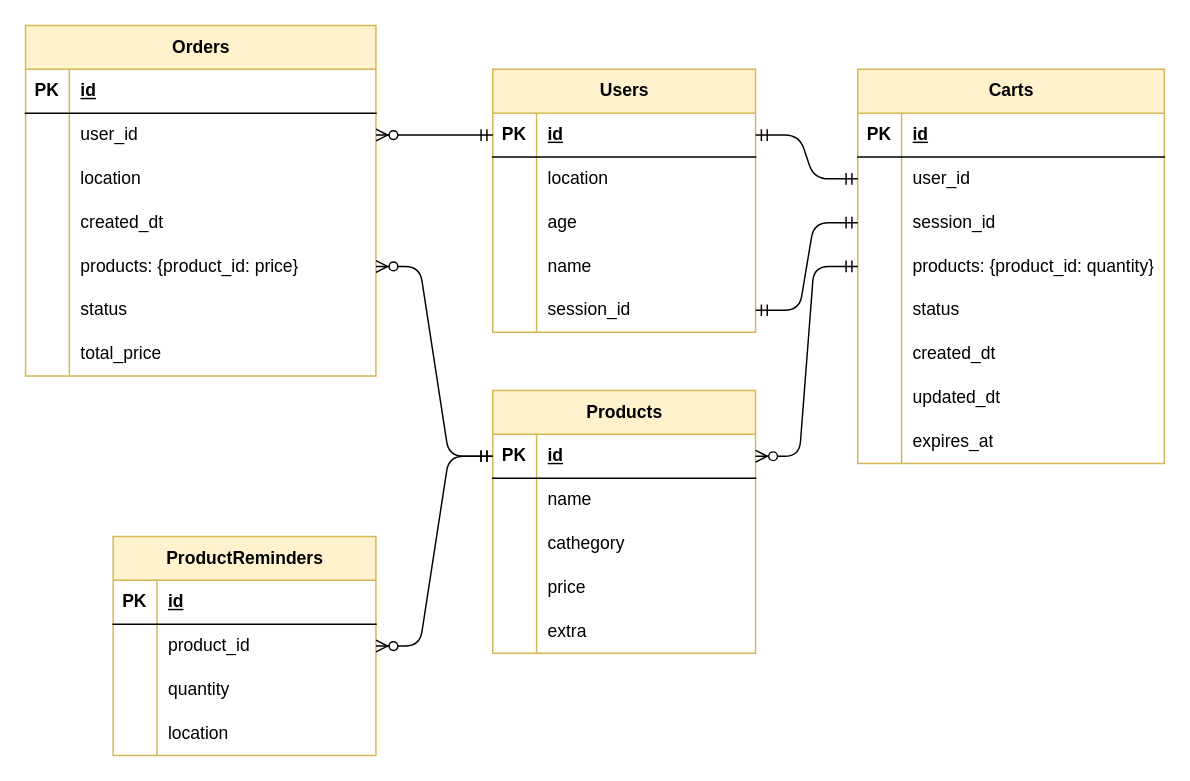
Above: task7-10-data-structure/schemes/data_structure.drawio in turistigor/yap-arch-task4-sharding-replication (draw.io), before the change. Source tidied: cells renumbered, new cells numbered last; positions are measured from the earlier drawing's top-left corner, leaving out a move shared by most shapes. Both pictures are drawn from the tidied source at 146%, with x=0, y=0 at pixel (25, 25).
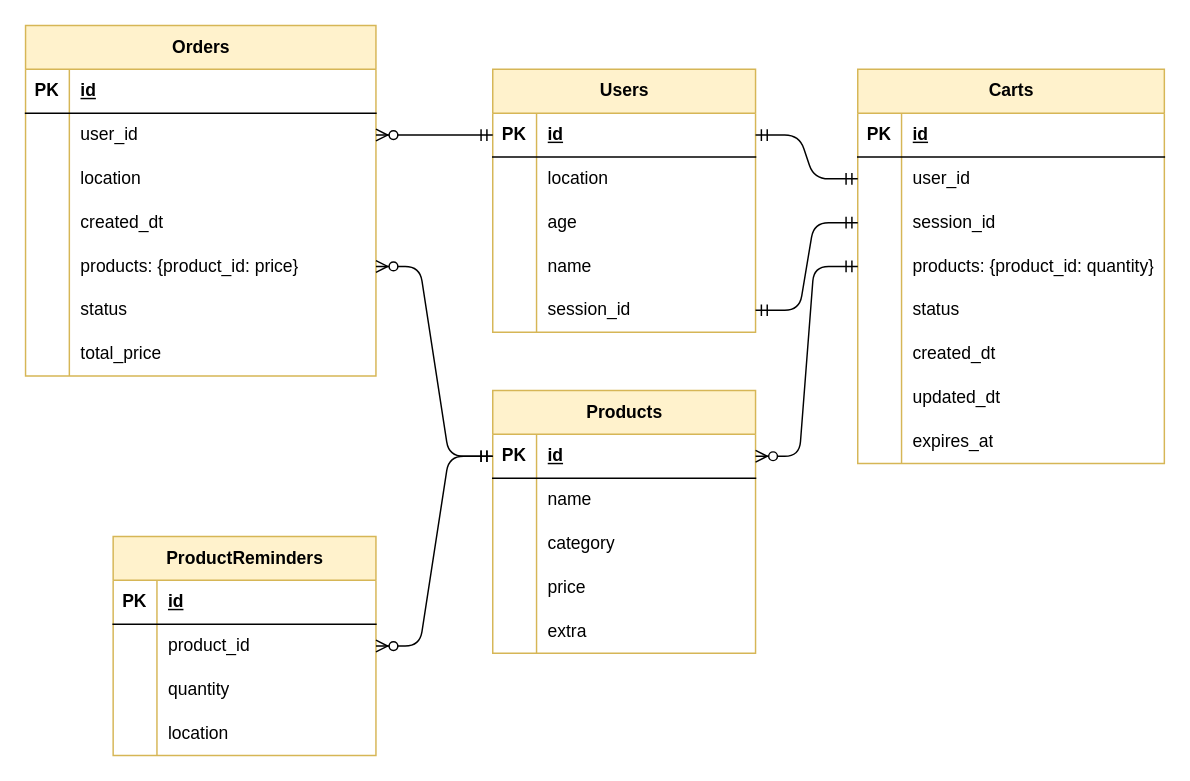
After the change.

The change refers to these unchanged cells:
```xml
<mxCell id="48" style="shape=tableRow;horizontal=0;startSize=0;swimlaneHead=0;swimlaneBody=0;fillColor=none;top=0;left=0;right=0;bottom=0;" parent="41" vertex="1">
  <mxGeometry y="90" width="180" height="30" as="geometry" />
</mxCell>
```

Diff of the diagram source:
```diff
@@
-    <mxCell id="50" value="cathegory" style="shape=partialRectangle;fillColor=none;top=0;left=0;bottom=0;right=0;align=left;spacingLeft=6;overflow=hidden;whiteSpace=wrap;html=1;" parent="48" vertex="1">
+    <mxCell id="50" value="category" style="shape=partialRectangle;fillColor=none;top=0;left=0;bottom=0;right=0;align=left;spacingLeft=6;overflow=hidden;whiteSpace=wrap;html=1;" parent="48" vertex="1">
       <mxGeometry x="30" width="150" height="30" as="geometry" />
     </mxCell>
```
